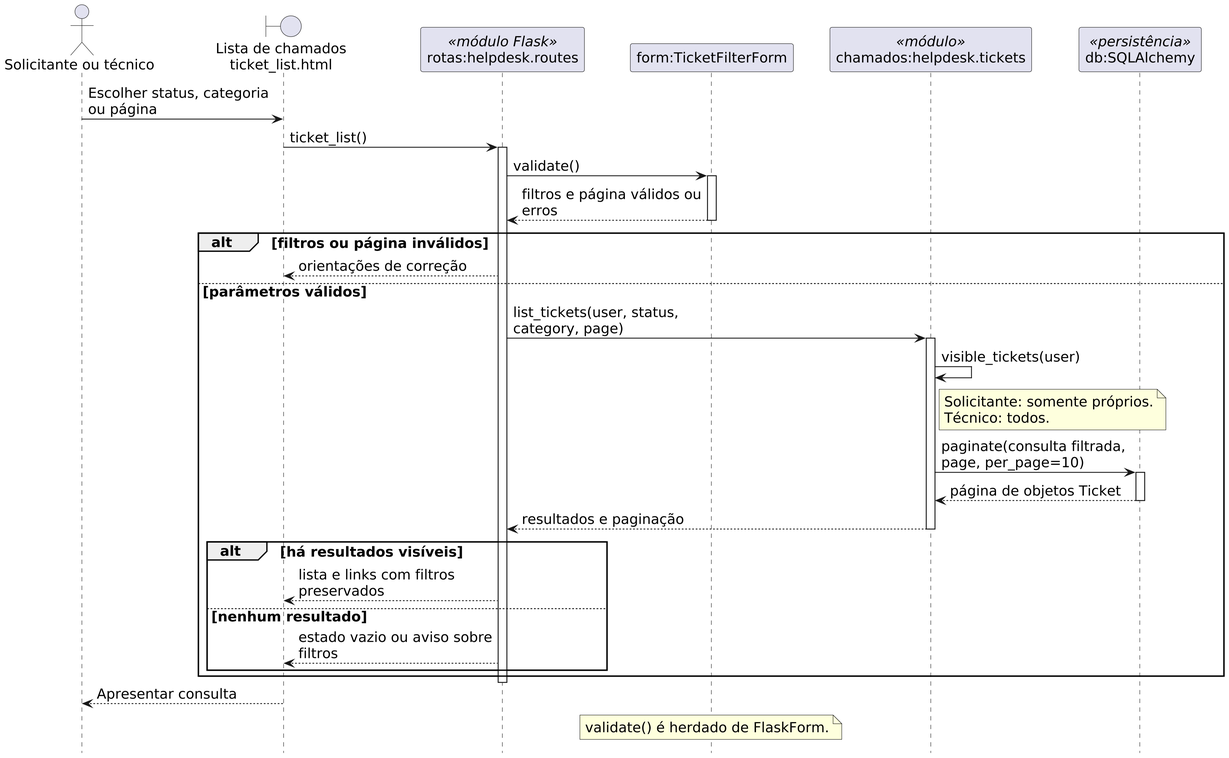
Before: docs/diagrams/sprint-2-list-tickets.png, a diagram exported from PlantUML (Lfijho/chamadosLES).
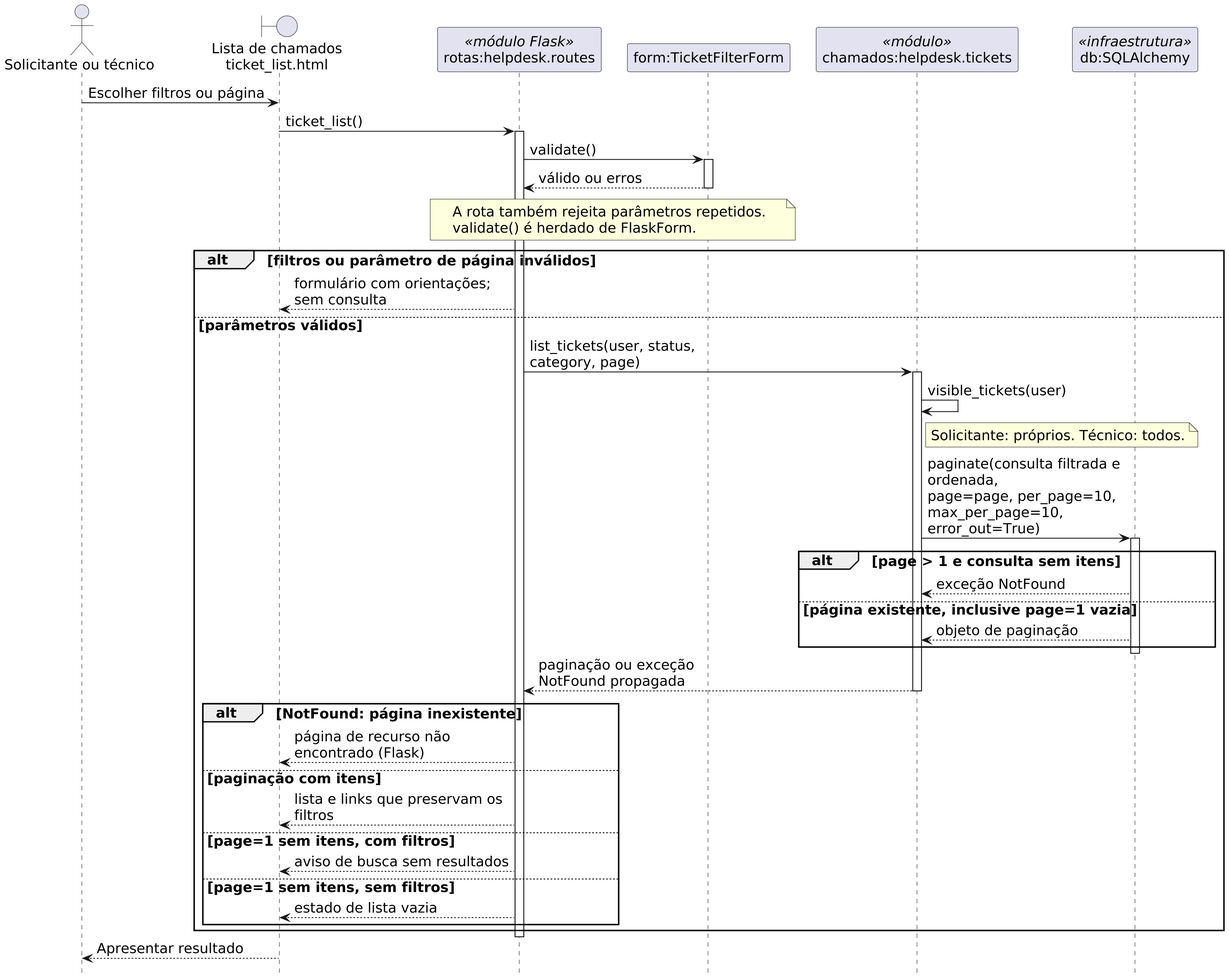
After the change.

The edit, as a diff of the source:
```diff
@@ -5,41 +5,49 @@
 skinparam dpi 240
 skinparam defaultFontName SansSerif
 skinparam defaultFontSize 16
-skinparam ParticipantPadding 16
-skinparam maxMessageSize 230
+skinparam ParticipantPadding 10
+skinparam maxMessageSize 250
 actor "Solicitante ou técnico" as A
 boundary "Lista de chamados\nticket_list.html" as I
 participant "rotas:helpdesk.routes" as R <<módulo Flask>>
 participant "form:TicketFilterForm" as F
 participant "chamados:helpdesk.tickets" as C <<módulo>>
-participant "db:SQLAlchemy" as P <<persistência>>
-A -> I : Escolher status, categoria ou página
+participant "db:SQLAlchemy" as P <<infraestrutura>>
+A -> I : Escolher filtros ou página
 I -> R : ticket_list()
 activate R
 R -> F : validate()
 activate F
-F --> R : filtros e página válidos ou erros
-deactivate F
-alt filtros ou página inválidos
-  R --> I : orientações de correção
+F --> R : válido ou erros
+ deactivate F
+note over R,F : A rota também rejeita parâmetros repetidos.\nvalidate() é herdado de FlaskForm.
+alt filtros ou parâmetro de página inválidos
+  R --> I : formulário com orientações; sem consulta
 else parâmetros válidos
   R -> C : list_tickets(user, status, category, page)
   activate C
   C -> C : visible_tickets(user)
-  note right of C : Solicitante: somente próprios.\nTécnico: todos.
-  C -> P : paginate(consulta filtrada, page, per_page=10)
+  note right of C : Solicitante: próprios. Técnico: todos.
+  C -> P : paginate(consulta filtrada e ordenada,\npage=page, per_page=10,\nmax_per_page=10, error_out=True)
   activate P
-  P --> C : página de objetos Ticket
+  alt page > 1 e consulta sem itens
+    P --> C : exceção NotFound
+  else página existente, inclusive page=1 vazia
+    P --> C : objeto de paginação
+  end
   deactivate P
-  C --> R : resultados e paginação
+  C --> R : paginação ou exceção NotFound propagada
   deactivate C
-  alt há resultados visíveis
-    R --> I : lista e links com filtros preservados
-  else nenhum resultado
-    R --> I : estado vazio ou aviso sobre filtros
+  alt NotFound: página inexistente
+    R --> I : página de recurso não encontrado (Flask)
+  else paginação com itens
+    R --> I : lista e links que preservam os filtros
+  else page=1 sem itens, com filtros
+    R --> I : aviso de busca sem resultados
+  else page=1 sem itens, sem filtros
+    R --> I : estado de lista vazia
   end
 end
 deactivate R
-I --> A : Apresentar consulta
-note over F : validate() é herdado de FlaskForm.
+I --> A : Apresentar resultado
 @enduml
```
